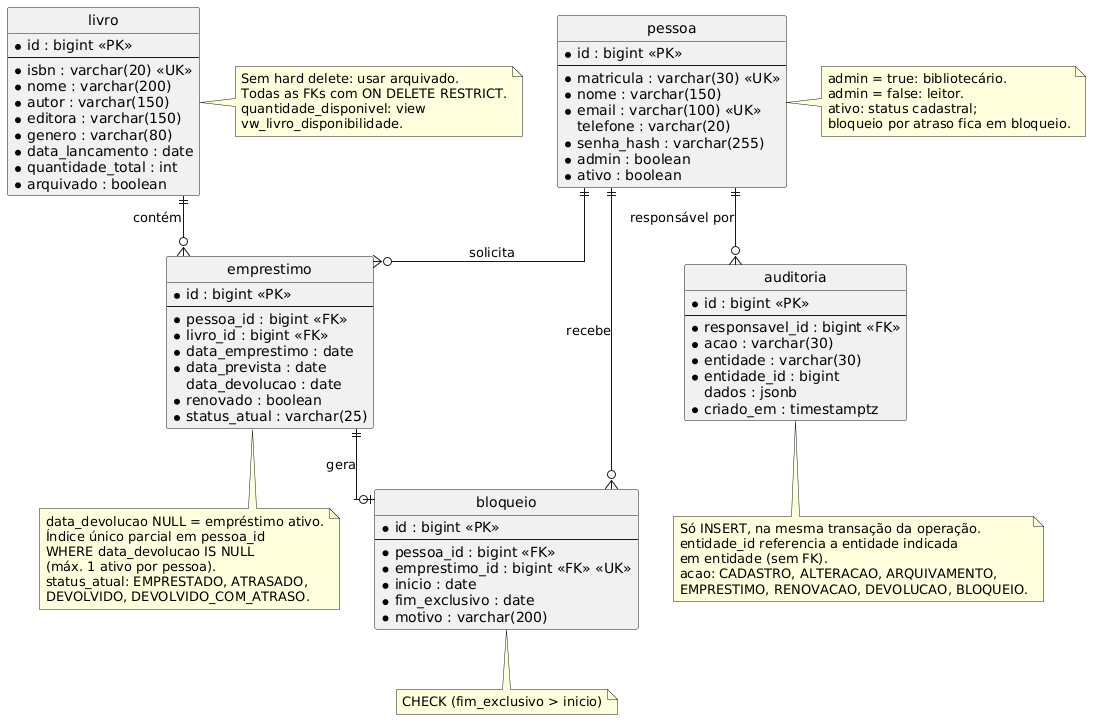
The PlantUML diagram docs/UML/Banco de dados/diagrama_er_v2.png in LeonardoSchmittK/bibliofy-a3, before a commit.
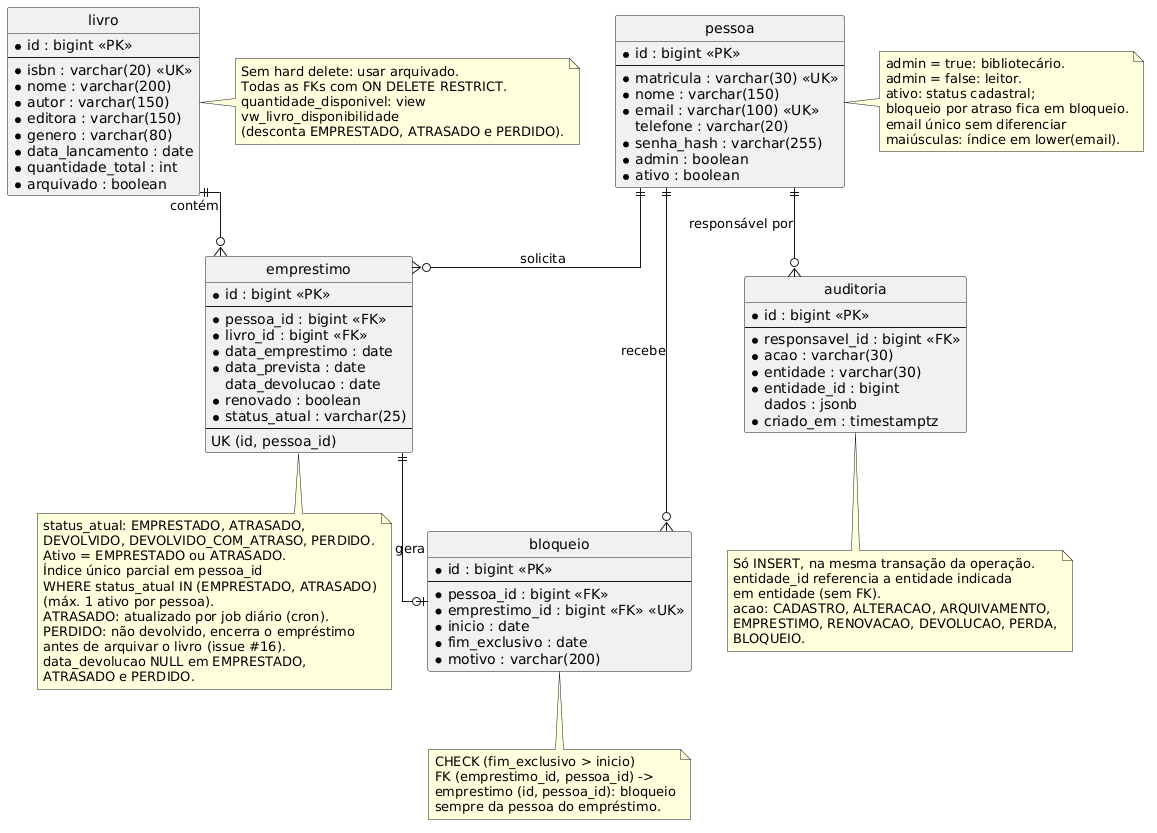
Above is the later version.

Commit message:
feat: ajustar schema com status PERDIDO, cron de atraso e integridade do bloqueio

- Adiciona status PERDIDO e redefine empréstimo ativo como EMPRESTADO/ATRASADO
- Índice para o job diário que marca empréstimos atrasados
- FK composta em bloqueio garante a mesma pessoa do empréstimo
- E-mail único sem diferenciar maiúsculas (lower(email))
- View de disponibilidade com mais colunas e descontando perdidos
- Ação PERDA na auditoria
- Fonte PlantUML do diagrama ER (v3)

Change to the diagram source:
```diff
@@ -37,6 +37,8 @@
   data_devolucao : date
   * renovado : boolean
   * status_atual : varchar(25)
+  --
+  UK (id, pessoa_id)
 }
 
 entity "bloqueio" as bloqueio {
@@ -71,26 +73,37 @@
   admin = false: leitor.
   ativo: status cadastral;
   bloqueio por atraso fica em bloqueio.
+  email único sem diferenciar
+  maiúsculas: índice em lower(email).
 end note
 
 note right of livro
   Sem hard delete: usar arquivado.
   Todas as FKs com ON DELETE RESTRICT.
   quantidade_disponivel: view
-  vw_livro_disponibilidade.
+  vw_livro_disponibilidade
+  (desconta EMPRESTADO, ATRASADO e PERDIDO).
 end note
 
 note bottom of emprestimo
-  data_devolucao NULL = empréstimo ativo.
+  status_atual: EMPRESTADO, ATRASADO,
+  DEVOLVIDO, DEVOLVIDO_COM_ATRASO, PERDIDO.
+  Ativo = EMPRESTADO ou ATRASADO.
   Índice único parcial em pessoa_id
-  WHERE data_devolucao IS NULL
+  WHERE status_atual IN (EMPRESTADO, ATRASADO)
   (máx. 1 ativo por pessoa).
-  status_atual: EMPRESTADO, ATRASADO,
-  DEVOLVIDO, DEVOLVIDO_COM_ATRASO.
+  ATRASADO: atualizado por job diário (cron).
+  PERDIDO: não devolvido, encerra o empréstimo
+  antes de arquivar o livro (issue #16).
+  data_devolucao NULL em EMPRESTADO,
+  ATRASADO e PERDIDO.
 end note
 
 note bottom of bloqueio
   CHECK (fim_exclusivo > inicio)
+  FK (emprestimo_id, pessoa_id) ->
+  emprestimo (id, pessoa_id): bloqueio
+  sempre da pessoa do empréstimo.
 end note
 
 note bottom of auditoria
@@ -98,6 +111,7 @@
   entidade_id referencia a entidade indicada
   em entidade (sem FK).
   acao: CADASTRO, ALTERACAO, ARQUIVAMENTO,
-  EMPRESTIMO, RENOVACAO, DEVOLUCAO, BLOQUEIO.
+  EMPRESTIMO, RENOVACAO, DEVOLUCAO, PERDA,
+  BLOQUEIO.
 end note
 @enduml
```
